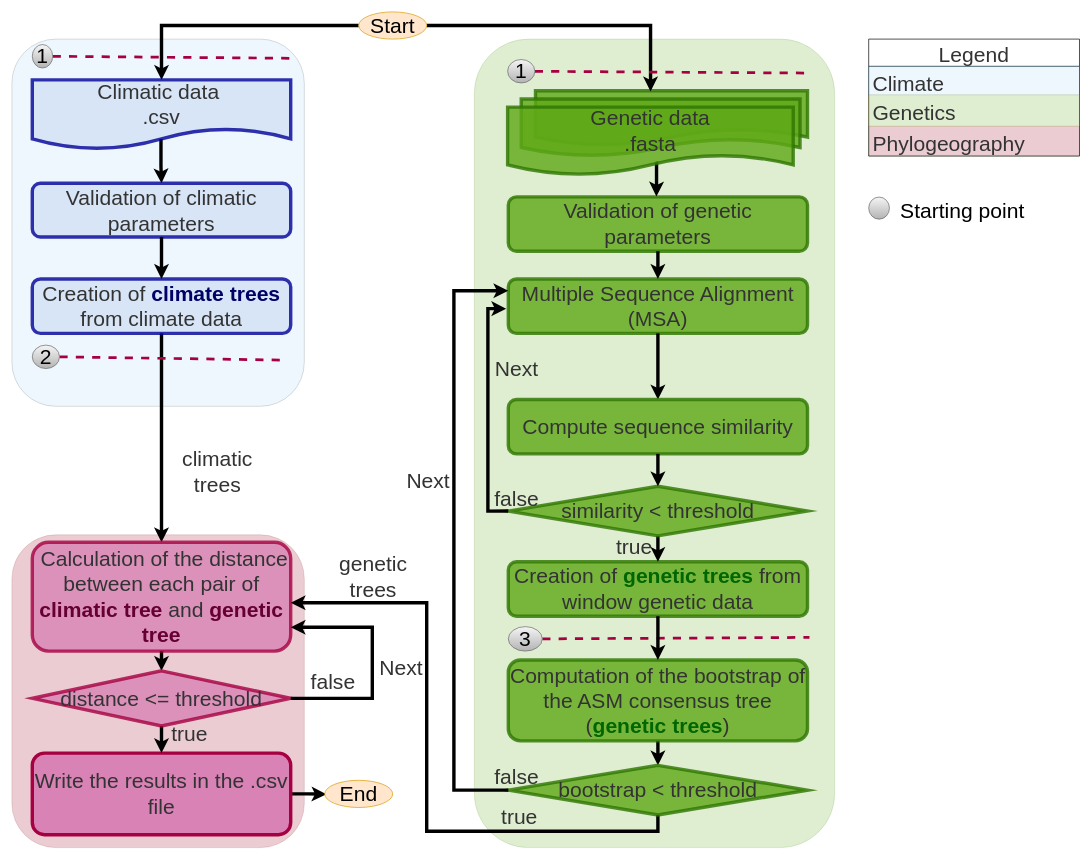
tahiri-lab/aPhyloGeo keeps this draw.io diagram as page "Copy of JOSS workflow english" (1 of 23) of img/figure.drawio. Above is the earlier version. Source tidied: cells renumbered, new cells numbered last; positions are measured from the earlier drawing's top-left corner, leaving out a move shared by most shapes. Both pictures are drawn from the tidied source at 68%, with x=0, y=0 at pixel (12, 12).
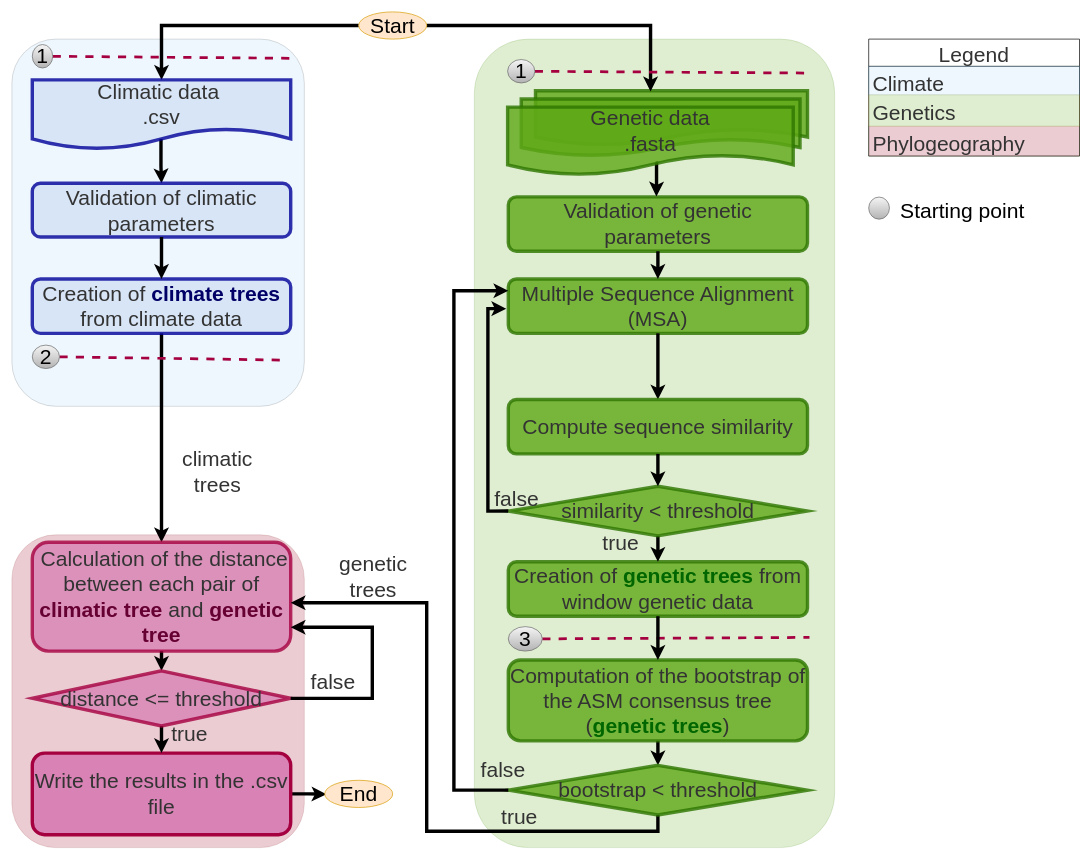
The same page after the edit.

Change to the diagram source:
```diff
@@
-    <mxCell id="37" value="Next" style="edgeLabel;html=1;align=center;verticalAlign=middle;fontSize=31;labelBackgroundColor=none;rotation=0;fontColor=#333333;" parent="1" vertex="1">
-      <mxGeometry x="480" y="1009.5" as="geometry">
-        <mxPoint x="91" y="-46" as="offset" />
-      </mxGeometry>
-    </mxCell>
@@
     <mxCell id="39" value="false" style="edgeLabel;html=1;align=center;verticalAlign=middle;fontSize=31;labelBackgroundColor=none;rotation=0;fontColor=#333333;" parent="1" vertex="1">
-      <mxGeometry x="650" y="1170" as="geometry">
+      <mxGeometry x="630" y="1160" as="geometry">
         <mxPoint x="91" y="-46" as="offset" />
       </mxGeometry>
     </mxCell>
-    <mxCell id="40" value="Next" style="edgeLabel;html=1;align=center;verticalAlign=middle;fontSize=31;labelBackgroundColor=none;rotation=0;fontColor=#333333;" parent="1" vertex="1">
-      <mxGeometry x="520" y="734" as="geometry">
-        <mxPoint x="91" y="-46" as="offset" />
-      </mxGeometry>
-    </mxCell>
@@
     <mxCell id="55" value="true" style="edgeLabel;html=1;align=center;verticalAlign=middle;fontSize=31;labelBackgroundColor=none;rotation=0;fontColor=#333333;" parent="1" vertex="1">
-      <mxGeometry x="910" y="785" as="geometry">
+      <mxGeometry x="890" y="780" as="geometry">
         <mxPoint x="4" as="offset" />
       </mxGeometry>
     </mxCell>
@@
-    <mxCell id="57" value="Next" style="edgeLabel;html=1;align=center;verticalAlign=middle;fontSize=31;labelBackgroundColor=none;rotation=0;fontColor=#333333;" parent="1" vertex="1">
-      <mxGeometry x="650" y="570" as="geometry">
-        <mxPoint x="91" y="-46" as="offset" />
-      </mxGeometry>
-    </mxCell>
```
